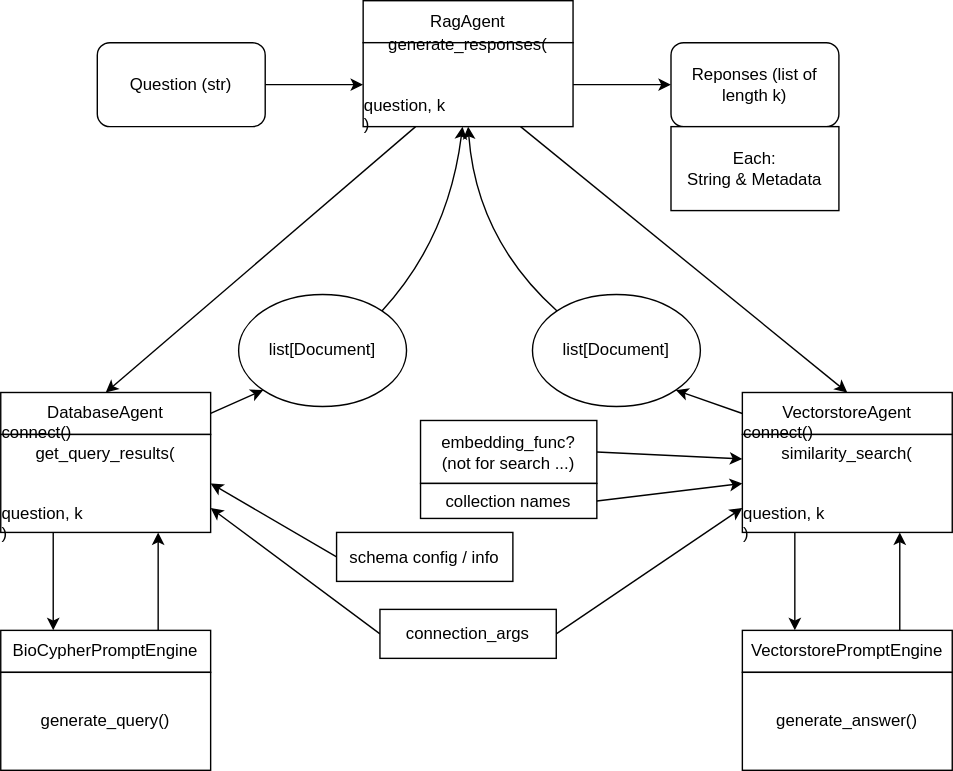
Before: docs/rag_api.drawio.svg, a diagram exported from draw.io (biocypher/biochatter). Source tidied: cells renumbered, new cells last; positions are measured from the earlier drawing's top-left corner, leaving out a move shared by most shapes.
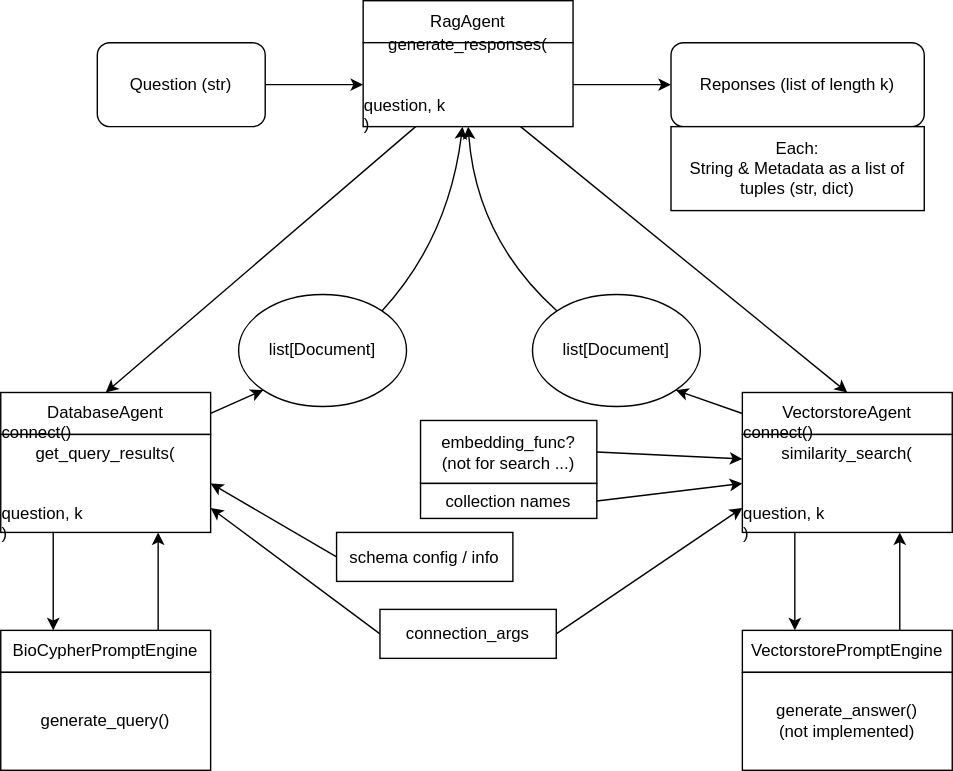
After the commit.

Diff of the diagram source:
```diff
@@ -24,7 +24,7 @@
       <mxGeometry x="69" y="30" width="120" height="60" as="geometry" />
     </mxCell>
     <mxCell id="9" value="Reponses (list of length k)" style="rounded=1;whiteSpace=wrap;html=1;" parent="1" vertex="1">
-      <mxGeometry x="479" y="30" width="120" height="60" as="geometry" />
+      <mxGeometry x="479" y="30" width="181" height="60" as="geometry" />
     </mxCell>
     <mxCell id="10" value="DatabaseAgent" style="rounded=0;whiteSpace=wrap;html=1;" parent="1" vertex="1">
       <mxGeometry y="280" width="150" height="30" as="geometry" />
@@ -71,8 +71,8 @@
     <mxCell id="21" value="&lt;div style=&quot;text-align: left;&quot;&gt;&lt;span style=&quot;background-color: initial;&quot;&gt;connect()&lt;/span&gt;&lt;/div&gt;similarity_search(&lt;br&gt;&lt;div style=&quot;text-align: left;&quot;&gt;&lt;span style=&quot;background-color: initial;&quot;&gt;&lt;span style=&quot;white-space: pre;&quot;&gt;&#9;&lt;/span&gt;question, k&lt;/span&gt;&lt;/div&gt;&lt;div style=&quot;text-align: left;&quot;&gt;&lt;span style=&quot;background-color: initial;&quot;&gt;)&lt;/span&gt;&lt;/div&gt;" style="rounded=0;whiteSpace=wrap;html=1;" parent="1" vertex="1">
       <mxGeometry x="530" y="310" width="150" height="70" as="geometry" />
     </mxCell>
-    <mxCell id="22" value="Each:&lt;br&gt;String &amp;amp; Metadata" style="rounded=0;whiteSpace=wrap;html=1;align=center;" parent="1" vertex="1">
-      <mxGeometry x="479" y="90" width="120" height="60" as="geometry" />
+    <mxCell id="22" value="Each:&lt;br&gt;String &amp;amp; Metadata as a list of tuples (str, dict)" style="rounded=0;whiteSpace=wrap;html=1;align=center;" parent="1" vertex="1">
+      <mxGeometry x="479" y="90" width="181" height="60" as="geometry" />
     </mxCell>
     <mxCell id="23" style="edgeStyle=none;html=1;exitX=0.75;exitY=0;exitDx=0;exitDy=0;entryX=0.75;entryY=1;entryDx=0;entryDy=0;" parent="1" edge="1" source="24" target="14">
       <mxGeometry relative="1" as="geometry" />
@@ -89,7 +89,7 @@
     <mxCell id="27" value="VectorstorePromptEngine" style="rounded=0;whiteSpace=wrap;html=1;" parent="1" vertex="1">
       <mxGeometry x="530" y="450" width="150" height="30" as="geometry" />
     </mxCell>
-    <mxCell id="28" value="generate_answer()" style="rounded=0;whiteSpace=wrap;html=1;" parent="1" vertex="1">
+    <mxCell id="28" value="generate_answer()&lt;br&gt;(not implemented)" style="rounded=0;whiteSpace=wrap;html=1;" parent="1" vertex="1">
       <mxGeometry x="530" y="480" width="150" height="70" as="geometry" />
     </mxCell>
     <mxCell id="29" style="edgeStyle=none;curved=1;html=1;exitX=1;exitY=0.5;exitDx=0;exitDy=0;entryX=0;entryY=0.75;entryDx=0;entryDy=0;" parent="1" edge="1" source="31" target="21">
```
